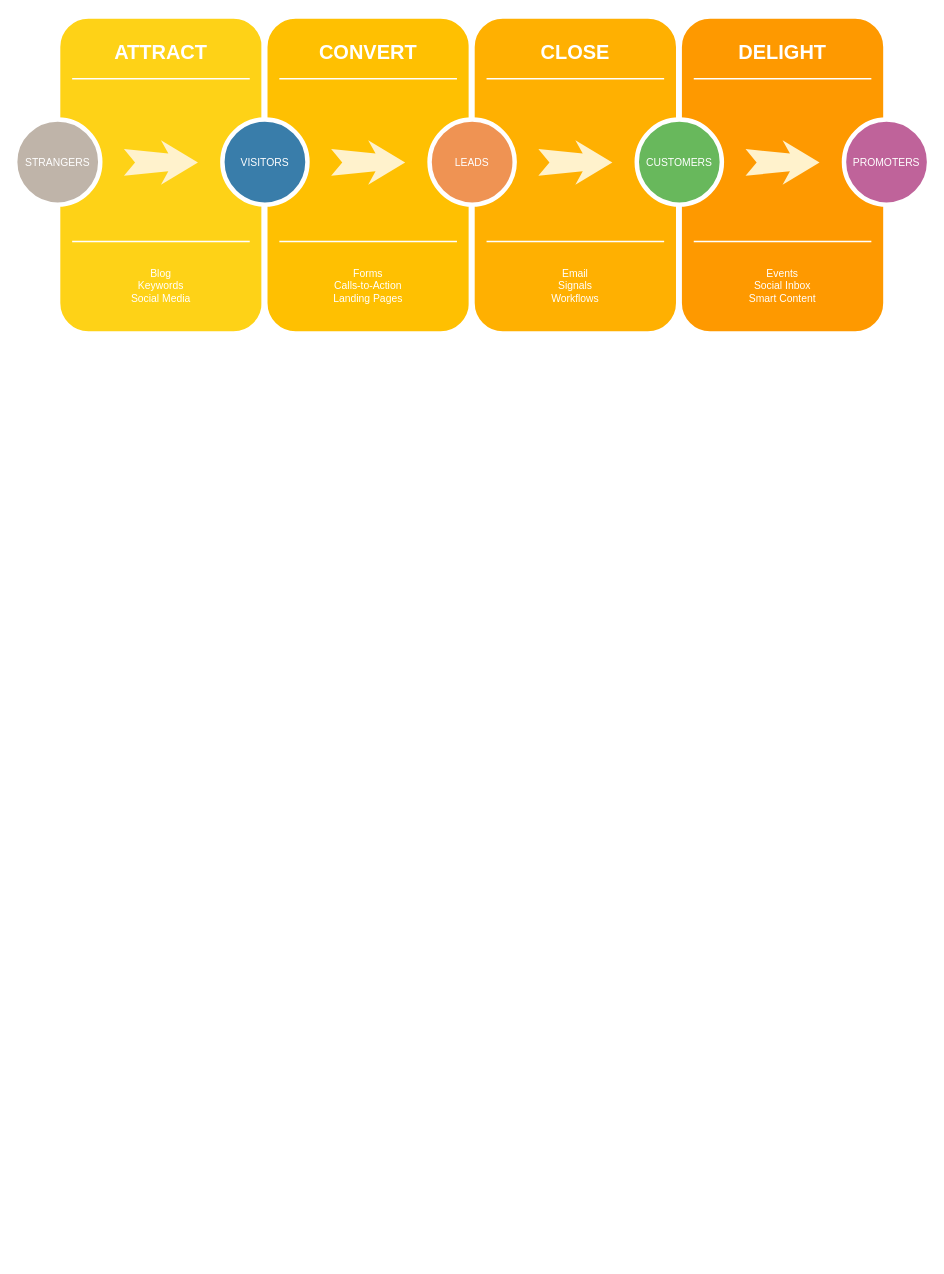
Before: Storage_strategy_4.drawio in snowolfhawk/ceph-scripts, a draw.io diagram. Source tidied: cells renumbered, new cells numbered last; positions are measured from the earlier drawing's top-left corner, leaving out a move shared by most shapes. Both pictures are drawn from the tidied source at 74%, with x=0, y=0 at pixel (15, 16).
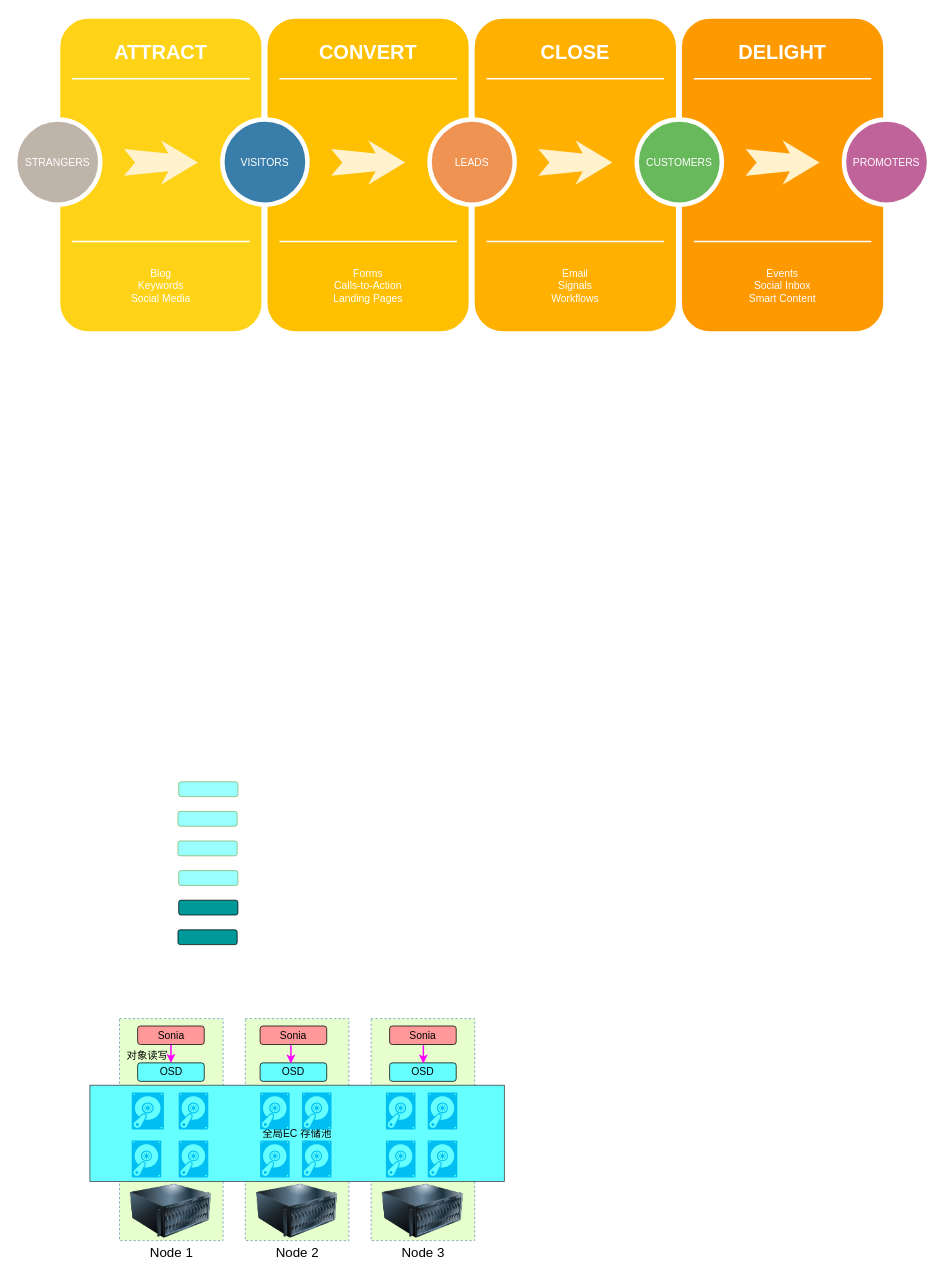
After the change.

The edit, as a diff of the source:
```diff
@@
+    <mxCell id="31" style="rounded=1;whiteSpace=wrap;html=1;fillColor=#99FFFF;strokeColor=#82b366;" parent="1" vertex="1">
+      <mxGeometry x="221" y="1035" width="80" height="20" as="geometry" />
+    </mxCell>
+    <mxCell id="32" style="rounded=1;whiteSpace=wrap;html=1;fillColor=#99FFFF;strokeColor=#82b366;" parent="1" vertex="1">
+      <mxGeometry x="220" y="1075" width="80" height="20" as="geometry" />
+    </mxCell>
+    <mxCell id="33" style="rounded=1;whiteSpace=wrap;html=1;fillColor=#99FFFF;strokeColor=#82b366;" parent="1" vertex="1">
+      <mxGeometry x="221" y="1155" width="80" height="20" as="geometry" />
+    </mxCell>
+    <mxCell id="34" style="rounded=1;whiteSpace=wrap;html=1;fillColor=#99FFFF;strokeColor=#82b366;" parent="1" vertex="1">
+      <mxGeometry x="220" y="1115" width="80" height="20" as="geometry" />
+    </mxCell>
+    <mxCell id="35" style="rounded=1;whiteSpace=wrap;html=1;fillColor=#009999;" parent="1" vertex="1">
+      <mxGeometry x="221" y="1195" width="80" height="20" as="geometry" />
+    </mxCell>
+    <mxCell id="36" style="rounded=1;whiteSpace=wrap;html=1;fillColor=#009999;" parent="1" vertex="1">
+      <mxGeometry x="220" y="1235" width="80" height="20" as="geometry" />
+    </mxCell>
+    <mxCell id="37" style="rounded=0;whiteSpace=wrap;html=1;dashed=1;fillColor=#E6FFCC;strokeColor=#6c8ebf;" parent="1" vertex="1">
+      <mxGeometry x="481" y="1355" width="140" height="300" as="geometry" />
+    </mxCell>
+    <mxCell id="38" style="rounded=0;whiteSpace=wrap;html=1;dashed=1;fillColor=#E6FFCC;strokeColor=#6c8ebf;" parent="1" vertex="1">
+      <mxGeometry x="311" y="1355" width="140" height="300" as="geometry" />
+    </mxCell>
+    <mxCell id="39" style="rounded=0;whiteSpace=wrap;html=1;dashed=1;fillColor=#E6FFCC;strokeColor=#6c8ebf;" parent="1" vertex="1">
+      <mxGeometry x="141" y="1355" width="140" height="300" as="geometry" />
+    </mxCell>
+    <mxCell id="40" value="&lt;font style=&quot;font-size: 14px&quot;&gt;全局EC&amp;nbsp;存储池&lt;/font&gt;" style="rounded=0;whiteSpace=wrap;html=1;fillColor=#66FFFF;strokeColor=#36393d;" parent="1" vertex="1">
+      <mxGeometry x="101" y="1445" width="560" height="130" as="geometry" />
+    </mxCell>
+    <mxCell id="41" style="verticalLabelPosition=bottom;html=1;verticalAlign=top;align=center;strokeColor=none;fillColor=#00BEF2;shape=mxgraph.azure.vhd;" parent="1" vertex="1">
+      <mxGeometry x="157.5" y="1455" width="43.5" height="50" as="geometry" />
+    </mxCell>
+    <mxCell id="42" style="verticalLabelPosition=bottom;html=1;verticalAlign=top;align=center;strokeColor=none;fillColor=#00BEF2;shape=mxgraph.azure.vhd;" parent="1" vertex="1">
+      <mxGeometry x="221" y="1455" width="40" height="50" as="geometry" />
+    </mxCell>
+    <mxCell id="43" style="verticalLabelPosition=bottom;html=1;verticalAlign=top;align=center;strokeColor=none;fillColor=#00BEF2;shape=mxgraph.azure.vhd;" parent="1" vertex="1">
+      <mxGeometry x="157.5" y="1519.8" width="40" height="50" as="geometry" />
+    </mxCell>
+    <mxCell id="44" style="verticalLabelPosition=bottom;html=1;verticalAlign=top;align=center;strokeColor=none;fillColor=#00BEF2;shape=mxgraph.azure.vhd;" parent="1" vertex="1">
+      <mxGeometry x="221" y="1519.8" width="40" height="50" as="geometry" />
+    </mxCell>
+    <mxCell id="45" style="verticalLabelPosition=bottom;html=1;verticalAlign=top;align=center;strokeColor=none;fillColor=#00BEF2;shape=mxgraph.azure.vhd;" parent="1" vertex="1">
+      <mxGeometry x="331" y="1455" width="40" height="50" as="geometry" />
+    </mxCell>
+    <mxCell id="46" style="verticalLabelPosition=bottom;html=1;verticalAlign=top;align=center;strokeColor=none;fillColor=#00BEF2;shape=mxgraph.azure.vhd;" parent="1" vertex="1">
+      <mxGeometry x="387.5" y="1455" width="40" height="50" as="geometry" />
+    </mxCell>
+    <mxCell id="47" style="verticalLabelPosition=bottom;html=1;verticalAlign=top;align=center;strokeColor=none;fillColor=#00BEF2;shape=mxgraph.azure.vhd;" parent="1" vertex="1">
+      <mxGeometry x="331" y="1519.8" width="40" height="50" as="geometry" />
+    </mxCell>
+    <mxCell id="48" style="verticalLabelPosition=bottom;html=1;verticalAlign=top;align=center;strokeColor=none;fillColor=#00BEF2;shape=mxgraph.azure.vhd;" parent="1" vertex="1">
+      <mxGeometry x="387.5" y="1519.8" width="40" height="50" as="geometry" />
+    </mxCell>
+    <mxCell id="49" value="&lt;font style=&quot;font-size: 18px&quot;&gt;Node 1&lt;/font&gt;" style="image;html=1;image=img/lib/clip_art/computers/Server_128x128.png;" parent="1" vertex="1">
+      <mxGeometry x="155.5" y="1575" width="110" height="80" as="geometry" />
+    </mxCell>
+    <mxCell id="50" value="&lt;font style=&quot;font-size: 18px&quot;&gt;Node 2&lt;/font&gt;" style="image;html=1;image=img/lib/clip_art/computers/Server_128x128.png;" parent="1" vertex="1">
+      <mxGeometry x="326" y="1575" width="110" height="80" as="geometry" />
+    </mxCell>
+    <mxCell id="51" style="verticalLabelPosition=bottom;html=1;verticalAlign=top;align=center;strokeColor=none;fillColor=#00BEF2;shape=mxgraph.azure.vhd;" parent="1" vertex="1">
+      <mxGeometry x="501" y="1455" width="40" height="50" as="geometry" />
+    </mxCell>
+    <mxCell id="52" style="verticalLabelPosition=bottom;html=1;verticalAlign=top;align=center;strokeColor=none;fillColor=#00BEF2;shape=mxgraph.azure.vhd;" parent="1" vertex="1">
+      <mxGeometry x="557.5" y="1455" width="40" height="50" as="geometry" />
+    </mxCell>
+    <mxCell id="53" style="verticalLabelPosition=bottom;html=1;verticalAlign=top;align=center;strokeColor=none;fillColor=#00BEF2;shape=mxgraph.azure.vhd;" parent="1" vertex="1">
+      <mxGeometry x="501" y="1519.8" width="40" height="50" as="geometry" />
+    </mxCell>
+    <mxCell id="54" style="verticalLabelPosition=bottom;html=1;verticalAlign=top;align=center;strokeColor=none;fillColor=#00BEF2;shape=mxgraph.azure.vhd;" parent="1" vertex="1">
+      <mxGeometry x="557.5" y="1519.8" width="40" height="50" as="geometry" />
+    </mxCell>
+    <mxCell id="55" value="&lt;font style=&quot;font-size: 18px&quot;&gt;Node 3&lt;/font&gt;" style="image;html=1;image=img/lib/clip_art/computers/Server_128x128.png;" parent="1" vertex="1">
+      <mxGeometry x="496" y="1575" width="110" height="80" as="geometry" />
+    </mxCell>
+    <mxCell id="56" style="edgeStyle=orthogonalEdgeStyle;rounded=0;jettySize=auto;html=1;exitX=0.5;exitY=1;exitDx=0;exitDy=0;fontSize=14;strokeColor=#FF00FF;strokeWidth=2;" parent="1" edge="1" source="57" target="58">
+      <mxGeometry relative="1" as="geometry" />
+    </mxCell>
+    <mxCell id="57" value="&lt;font style=&quot;font-size: 14px&quot;&gt;Sonia&lt;/font&gt;" style="rounded=1;whiteSpace=wrap;html=1;fillColor=#FF9999;" parent="1" vertex="1">
+      <mxGeometry x="165.5" y="1365" width="90" height="25" as="geometry" />
+    </mxCell>
+    <mxCell id="58" value="OSD" style="rounded=1;whiteSpace=wrap;html=1;fillColor=#66FFFF;fontSize=14;" parent="1" vertex="1">
+      <mxGeometry x="165.5" y="1414.8" width="90" height="25" as="geometry" />
+    </mxCell>
+    <mxCell id="59" value="对象读写" style="text;html=1;strokeColor=none;fillColor=none;align=center;verticalAlign=middle;whiteSpace=wrap;rounded=0;fontSize=14;" parent="1" vertex="1">
+      <mxGeometry x="149.2" y="1390" width="60" height="30" as="geometry" />
+    </mxCell>
+    <mxCell id="60" value="&lt;font style=&quot;font-size: 14px&quot;&gt;Sonia&lt;/font&gt;" style="rounded=1;whiteSpace=wrap;html=1;fillColor=#FF9999;" parent="1" vertex="1">
+      <mxGeometry x="331" y="1365" width="90" height="25" as="geometry" />
+    </mxCell>
+    <mxCell id="61" value="OSD" style="rounded=1;whiteSpace=wrap;html=1;fillColor=#66FFFF;fontSize=14;" parent="1" vertex="1">
+      <mxGeometry x="331" y="1414.8" width="90" height="25" as="geometry" />
+    </mxCell>
+    <mxCell id="62" value="&lt;font style=&quot;font-size: 14px&quot;&gt;Sonia&lt;/font&gt;" style="rounded=1;whiteSpace=wrap;html=1;fillColor=#FF9999;" parent="1" vertex="1">
+      <mxGeometry x="506" y="1365" width="90" height="25" as="geometry" />
+    </mxCell>
+    <mxCell id="63" value="OSD" style="rounded=1;whiteSpace=wrap;html=1;fillColor=#66FFFF;fontSize=14;" parent="1" vertex="1">
+      <mxGeometry x="506" y="1414.8" width="90" height="25" as="geometry" />
+    </mxCell>
+    <mxCell id="64" style="edgeStyle=orthogonalEdgeStyle;rounded=0;orthogonalLoop=1;jettySize=auto;html=1;exitX=0.5;exitY=1;exitDx=0;exitDy=0;fontSize=14;strokeColor=#FF00FF;strokeWidth=2;" parent="1" edge="1">
+      <mxGeometry relative="1" as="geometry">
+        <mxPoint x="372.6" y="1391" as="sourcePoint" />
+        <mxPoint x="372.6" y="1415.8" as="targetPoint" />
+      </mxGeometry>
+    </mxCell>
+    <mxCell id="65" style="edgeStyle=orthogonalEdgeStyle;rounded=0;orthogonalLoop=1;jettySize=auto;html=1;exitX=0.5;exitY=1;exitDx=0;exitDy=0;fontSize=14;strokeColor=#FF00FF;strokeWidth=2;" parent="1" edge="1">
+      <mxGeometry relative="1" as="geometry">
+        <mxPoint x="551.6" y="1391" as="sourcePoint" />
+        <mxPoint x="551.6" y="1415.8" as="targetPoint" />
+      </mxGeometry>
+    </mxCell>
```
